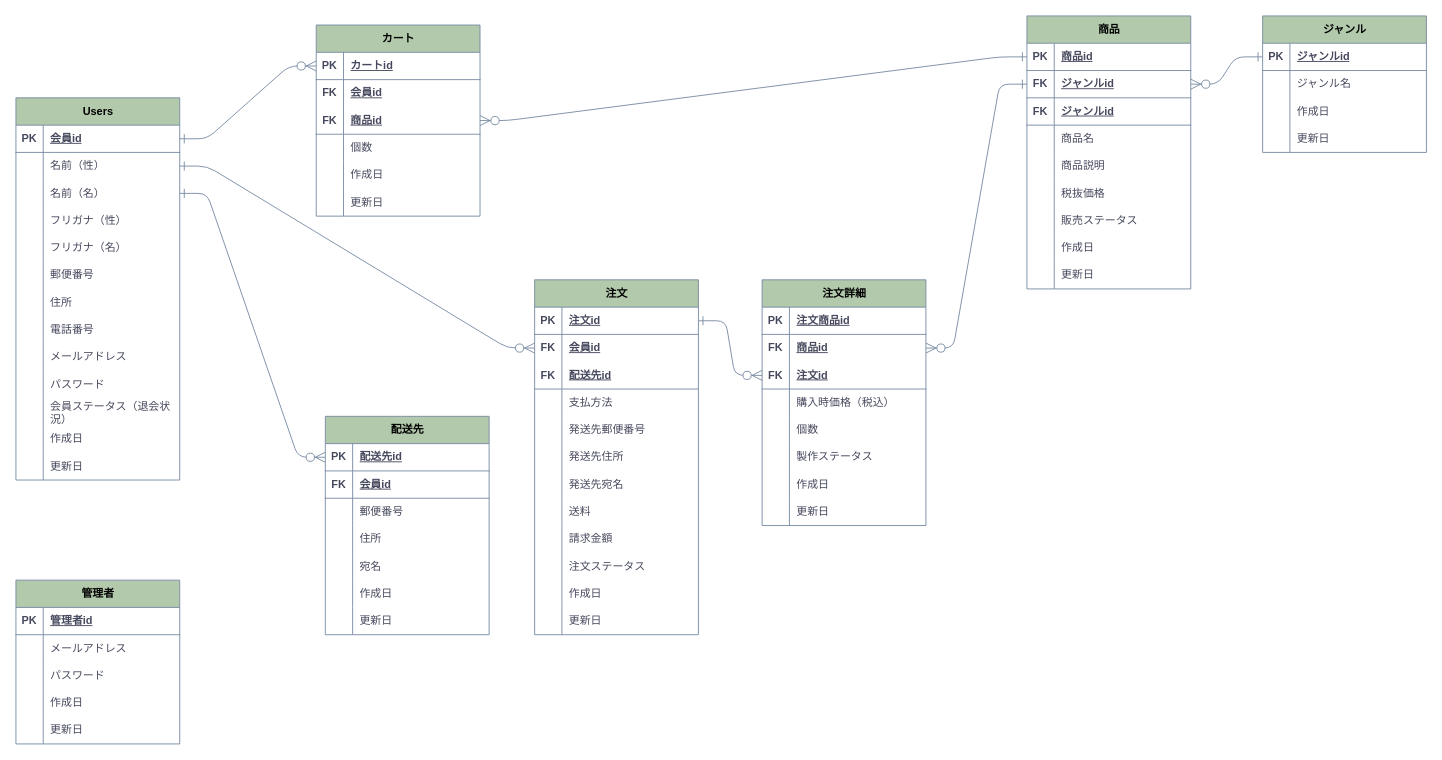
Earlier version of the draw.io diagram 家族インフラ.drawio (Ganmo3/drawio). Source tidied: cells renumbered, new cells numbered last; positions are measured from the earlier drawing's top-left corner, leaving out a move shared by most shapes. Both pictures are drawn from the tidied source at 91%, with x=0, y=0 at pixel (15, 15).
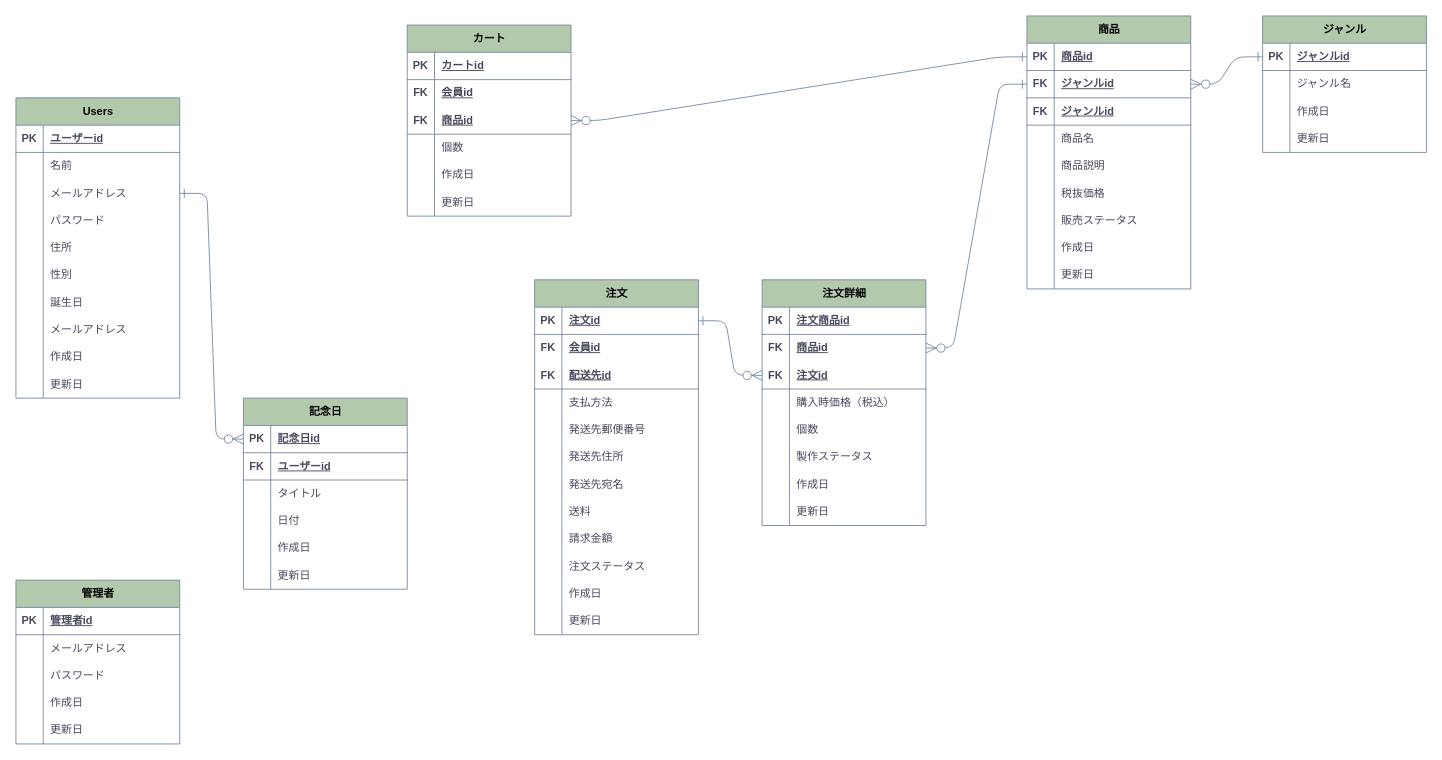
The same page after the edit.

Commit message (it also covers changes not shown here):
家族インフラ.drawio を更新します

Unchanged cells that the change refers to:
```xml
<mxCell id="19" style="shape=tableRow;horizontal=0;startSize=0;swimlaneHead=0;swimlaneBody=0;fillColor=none;points=[[0,0.5],[1,0.5]];portConstraint=eastwest;top=0;left=0;right=0;bottom=1;strokeColor=#788AA3;fontFamily=Helvetica;fontSize=12;fontColor=#46495D;html=1;labelBackgroundColor=none;" parent="18" vertex="1">
  <mxGeometry y="30" width="180" height="30" as="geometry" />
</mxCell>
<mxCell id="22" style="shape=tableRow;horizontal=0;startSize=0;swimlaneHead=0;swimlaneBody=0;fillColor=none;points=[[0,0.5],[1,0.5]];portConstraint=eastwest;top=0;left=0;right=0;bottom=0;strokeColor=#788AA3;fontFamily=Helvetica;fontSize=12;fontColor=#46495D;html=1;labelBackgroundColor=none;" parent="18" vertex="1">
  <mxGeometry y="60" width="180" height="30" as="geometry" />
</mxCell>
<mxCell id="25" style="shape=tableRow;horizontal=0;startSize=0;swimlaneHead=0;swimlaneBody=0;fillColor=none;points=[[0,0.5],[1,0.5]];portConstraint=eastwest;top=0;left=0;right=0;bottom=0;strokeColor=#788AA3;fontFamily=Helvetica;fontSize=12;fontColor=#46495D;html=1;labelBackgroundColor=none;" parent="18" vertex="1">
  <mxGeometry y="90" width="180" height="30" as="geometry" />
</mxCell>
<mxCell id="28" style="shape=tableRow;horizontal=0;startSize=0;swimlaneHead=0;swimlaneBody=0;fillColor=none;top=0;left=0;right=0;bottom=0;strokeColor=#788AA3;fontFamily=Helvetica;fontSize=12;fontColor=#46495D;html=1;labelBackgroundColor=none;" parent="18" vertex="1">
  <mxGeometry y="120" width="180" height="30" as="geometry" />
</mxCell>
<mxCell id="31" style="shape=tableRow;horizontal=0;startSize=0;swimlaneHead=0;swimlaneBody=0;fillColor=none;top=0;left=0;right=0;bottom=0;strokeColor=#788AA3;fontFamily=Helvetica;fontSize=12;fontColor=#46495D;html=1;labelBackgroundColor=none;" parent="18" vertex="1">
  <mxGeometry y="150" width="180" height="30" as="geometry" />
</mxCell>
<mxCell id="34" style="shape=tableRow;horizontal=0;startSize=0;swimlaneHead=0;swimlaneBody=0;fillColor=none;top=0;left=0;right=0;bottom=0;strokeColor=#788AA3;fontFamily=Helvetica;fontSize=12;fontColor=#46495D;html=1;labelBackgroundColor=none;" parent="18" vertex="1">
  <mxGeometry y="180" width="180" height="30" as="geometry" />
</mxCell>
<mxCell id="37" style="shape=tableRow;horizontal=0;startSize=0;swimlaneHead=0;swimlaneBody=0;fillColor=none;top=0;left=0;right=0;bottom=0;strokeColor=#788AA3;fontFamily=Helvetica;fontSize=12;fontColor=#46495D;html=1;labelBackgroundColor=none;" parent="18" vertex="1">
  <mxGeometry y="210" width="180" height="30" as="geometry" />
</mxCell>
<mxCell id="106" style="shape=tableRow;horizontal=0;startSize=0;swimlaneHead=0;swimlaneBody=0;fillColor=none;points=[[0,0.5],[1,0.5]];portConstraint=eastwest;top=0;left=0;right=0;bottom=1;strokeColor=#788AA3;fontFamily=Helvetica;fontSize=12;fontColor=#46495D;html=1;labelBackgroundColor=none;" parent="105" vertex="1">
  <mxGeometry y="30" width="180" height="30" as="geometry" />
</mxCell>
<mxCell id="127" style="shape=tableRow;horizontal=0;startSize=0;swimlaneHead=0;swimlaneBody=0;fillColor=none;points=[[0,0.5],[1,0.5]];portConstraint=eastwest;top=0;left=0;right=0;bottom=1;strokeColor=#788AA3;fontFamily=Helvetica;fontSize=12;fontColor=#46495D;html=1;labelBackgroundColor=none;" parent="126" vertex="1">
  <mxGeometry y="30" width="180" height="30" as="geometry" />
</mxCell>
<mxCell id="130" style="shape=tableRow;horizontal=0;startSize=0;swimlaneHead=0;swimlaneBody=0;fillColor=none;top=0;left=0;right=0;bottom=1;strokeColor=#788AA3;fontFamily=Helvetica;fontSize=12;fontColor=#46495D;html=1;labelBackgroundColor=none;" parent="126" vertex="1">
  <mxGeometry y="60" width="180" height="30" as="geometry" />
</mxCell>
<mxCell id="133" style="shape=tableRow;horizontal=0;startSize=0;swimlaneHead=0;swimlaneBody=0;fillColor=none;top=0;left=0;right=0;bottom=0;strokeColor=#788AA3;fontFamily=Helvetica;fontSize=12;fontColor=#46495D;html=1;labelBackgroundColor=none;" parent="126" vertex="1">
  <mxGeometry y="90" width="180" height="30" as="geometry" />
</mxCell>
<mxCell id="136" style="shape=tableRow;horizontal=0;startSize=0;swimlaneHead=0;swimlaneBody=0;fillColor=none;top=0;left=0;right=0;bottom=0;strokeColor=#788AA3;fontFamily=Helvetica;fontSize=12;fontColor=#46495D;html=1;labelBackgroundColor=none;" parent="126" vertex="1">
  <mxGeometry y="120" width="180" height="30" as="geometry" />
</mxCell>
<mxCell id="155" style="shape=tableRow;horizontal=0;startSize=0;swimlaneHead=0;swimlaneBody=0;fillColor=none;points=[[0,0.5],[1,0.5]];portConstraint=eastwest;top=0;left=0;right=0;bottom=0;strokeColor=#788AA3;fontFamily=Helvetica;fontSize=12;fontColor=#46495D;html=1;labelBackgroundColor=none;" parent="151" vertex="1">
  <mxGeometry y="60" width="180" height="30" as="geometry" />
</mxCell>
```

What changed in the source:
```diff
@@
     <mxCell id="18" value="&lt;font color=&quot;#000000&quot;&gt;Users&lt;/font&gt;" style="shape=table;startSize=30;childLayout=tableLayout;rowLines=0;fontStyle=1;align=center;html=1;strokeColor=#788AA3;fontFamily=Helvetica;fontSize=12;fontColor=#46495D;fillColor=#B2C9AB;labelBackgroundColor=none;" parent="1" vertex="1">
-      <mxGeometry y="90" width="180" height="420" as="geometry" />
+      <mxGeometry y="90" width="180" height="330" as="geometry" />
     </mxCell>
@@
-    <mxCell id="21" value="会員id" style="shape=partialRectangle;fillColor=none;top=0;left=0;bottom=0;right=0;align=left;spacingLeft=6;fontStyle=5;overflow=hidden;whiteSpace=wrap;html=1;strokeColor=#788AA3;fontFamily=Helvetica;fontSize=12;fontColor=#46495D;startSize=23;labelBackgroundColor=none;" parent="19" vertex="1">
+    <mxCell id="21" value="ユーザーid" style="shape=partialRectangle;fillColor=none;top=0;left=0;bottom=0;right=0;align=left;spacingLeft=6;fontStyle=5;overflow=hidden;whiteSpace=wrap;html=1;strokeColor=#788AA3;fontFamily=Helvetica;fontSize=12;fontColor=#46495D;startSize=23;labelBackgroundColor=none;" parent="19" vertex="1">
       <mxGeometry x="30" width="150" height="30" as="geometry" />
     </mxCell>
@@
-    <mxCell id="24" value="名前（性）" style="shape=partialRectangle;fillColor=none;top=0;left=0;bottom=0;right=0;align=left;spacingLeft=6;overflow=hidden;whiteSpace=wrap;html=1;strokeColor=#788AA3;fontFamily=Helvetica;fontSize=12;fontColor=#46495D;startSize=23;labelBackgroundColor=none;" parent="22" vertex="1">
+    <mxCell id="24" value="名前" style="shape=partialRectangle;fillColor=none;top=0;left=0;bottom=0;right=0;align=left;spacingLeft=6;overflow=hidden;whiteSpace=wrap;html=1;strokeColor=#788AA3;fontFamily=Helvetica;fontSize=12;fontColor=#46495D;startSize=23;labelBackgroundColor=none;" parent="22" vertex="1">
       <mxGeometry x="30" width="150" height="30" as="geometry" />
     </mxCell>
@@
-    <mxCell id="27" value="名前（名）" style="shape=partialRectangle;fillColor=none;top=0;left=0;bottom=0;right=0;align=left;spacingLeft=6;overflow=hidden;whiteSpace=wrap;html=1;strokeColor=#788AA3;fontFamily=Helvetica;fontSize=12;fontColor=#46495D;startSize=23;labelBackgroundColor=none;" parent="25" vertex="1">
+    <mxCell id="27" value="メールアドレス" style="shape=partialRectangle;fillColor=none;top=0;left=0;bottom=0;right=0;align=left;spacingLeft=6;overflow=hidden;whiteSpace=wrap;html=1;strokeColor=#788AA3;fontFamily=Helvetica;fontSize=12;fontColor=#46495D;startSize=23;labelBackgroundColor=none;" parent="25" vertex="1">
       <mxGeometry x="30" width="150" height="30" as="geometry" />
     </mxCell>
@@
-    <mxCell id="30" value="フリガナ（性）" style="shape=partialRectangle;fillColor=none;top=0;left=0;bottom=0;right=0;align=left;spacingLeft=6;overflow=hidden;whiteSpace=wrap;html=1;strokeColor=#788AA3;fontFamily=Helvetica;fontSize=12;fontColor=#46495D;startSize=23;labelBackgroundColor=none;" parent="28" vertex="1">
+    <mxCell id="30" value="パスワード" style="shape=partialRectangle;fillColor=none;top=0;left=0;bottom=0;right=0;align=left;spacingLeft=6;overflow=hidden;whiteSpace=wrap;html=1;strokeColor=#788AA3;fontFamily=Helvetica;fontSize=12;fontColor=#46495D;startSize=23;labelBackgroundColor=none;" parent="28" vertex="1">
       <mxGeometry x="30" width="150" height="30" as="geometry" />
     </mxCell>
@@
-    <mxCell id="33" value="フリガナ（名）" style="shape=partialRectangle;fillColor=none;top=0;left=0;bottom=0;right=0;align=left;spacingLeft=6;overflow=hidden;whiteSpace=wrap;html=1;strokeColor=#788AA3;fontFamily=Helvetica;fontSize=12;fontColor=#46495D;startSize=23;labelBackgroundColor=none;" parent="31" vertex="1">
+    <mxCell id="33" value="住所" style="shape=partialRectangle;fillColor=none;top=0;left=0;bottom=0;right=0;align=left;spacingLeft=6;overflow=hidden;whiteSpace=wrap;html=1;strokeColor=#788AA3;fontFamily=Helvetica;fontSize=12;fontColor=#46495D;startSize=23;labelBackgroundColor=none;" parent="31" vertex="1">
       <mxGeometry x="30" width="150" height="30" as="geometry" />
     </mxCell>
@@
-    <mxCell id="36" value="郵便番号" style="shape=partialRectangle;fillColor=none;top=0;left=0;bottom=0;right=0;align=left;spacingLeft=6;overflow=hidden;whiteSpace=wrap;html=1;strokeColor=#788AA3;fontFamily=Helvetica;fontSize=12;fontColor=#46495D;startSize=23;labelBackgroundColor=none;" parent="34" vertex="1">
+    <mxCell id="36" value="性別" style="shape=partialRectangle;fillColor=none;top=0;left=0;bottom=0;right=0;align=left;spacingLeft=6;overflow=hidden;whiteSpace=wrap;html=1;strokeColor=#788AA3;fontFamily=Helvetica;fontSize=12;fontColor=#46495D;startSize=23;labelBackgroundColor=none;" parent="34" vertex="1">
       <mxGeometry x="30" width="150" height="30" as="geometry" />
     </mxCell>
@@
-    <mxCell id="39" value="住所" style="shape=partialRectangle;fillColor=none;top=0;left=0;bottom=0;right=0;align=left;spacingLeft=6;overflow=hidden;whiteSpace=wrap;html=1;strokeColor=#788AA3;fontFamily=Helvetica;fontSize=12;fontColor=#46495D;startSize=23;labelBackgroundColor=none;" parent="37" vertex="1">
+    <mxCell id="39" value="誕生日" style="shape=partialRectangle;fillColor=none;top=0;left=0;bottom=0;right=0;align=left;spacingLeft=6;overflow=hidden;whiteSpace=wrap;html=1;strokeColor=#788AA3;fontFamily=Helvetica;fontSize=12;fontColor=#46495D;startSize=23;labelBackgroundColor=none;" parent="37" vertex="1">
       <mxGeometry x="30" width="150" height="30" as="geometry" />
     </mxCell>
-    <mxCell id="40" style="shape=tableRow;horizontal=0;startSize=0;swimlaneHead=0;swimlaneBody=0;fillColor=none;top=0;left=0;right=0;bottom=0;strokeColor=#788AA3;fontFamily=Helvetica;fontSize=12;fontColor=#46495D;html=1;labelBackgroundColor=none;" parent="18" vertex="1">
-      <mxGeometry y="240" width="180" height="30" as="geometry" />
-    </mxCell>
-    <mxCell id="41" style="shape=partialRectangle;fillColor=none;top=0;left=0;bottom=0;right=0;overflow=hidden;whiteSpace=wrap;html=1;strokeColor=#788AA3;fontFamily=Helvetica;fontSize=12;fontColor=#46495D;startSize=23;labelBackgroundColor=none;" parent="40" vertex="1">
-      <mxGeometry width="30" height="30" as="geometry" />
-    </mxCell>
-    <mxCell id="42" value="電話番号" style="shape=partialRectangle;fillColor=none;top=0;left=0;bottom=0;right=0;align=left;spacingLeft=6;overflow=hidden;whiteSpace=wrap;html=1;strokeColor=#788AA3;fontFamily=Helvetica;fontSize=12;fontColor=#46495D;startSize=23;labelBackgroundColor=none;" parent="40" vertex="1">
-      <mxGeometry x="30" width="150" height="30" as="geometry" />
-    </mxCell>
     <mxCell id="43" style="shape=tableRow;horizontal=0;startSize=0;swimlaneHead=0;swimlaneBody=0;fillColor=none;top=0;left=0;right=0;bottom=0;strokeColor=#788AA3;fontFamily=Helvetica;fontSize=12;fontColor=#46495D;html=1;labelBackgroundColor=none;" parent="18" vertex="1">
-      <mxGeometry y="270" width="180" height="30" as="geometry" />
+      <mxGeometry y="240" width="180" height="30" as="geometry" />
     </mxCell>
@@
-    <mxCell id="46" style="shape=tableRow;horizontal=0;startSize=0;swimlaneHead=0;swimlaneBody=0;fillColor=none;top=0;left=0;right=0;bottom=0;strokeColor=#788AA3;fontFamily=Helvetica;fontSize=12;fontColor=#46495D;html=1;labelBackgroundColor=none;" parent="18" vertex="1">
-      <mxGeometry y="300" width="180" height="30" as="geometry" />
-    </mxCell>
-    <mxCell id="47" style="shape=partialRectangle;fillColor=none;top=0;left=0;bottom=0;right=0;overflow=hidden;whiteSpace=wrap;html=1;strokeColor=#788AA3;fontFamily=Helvetica;fontSize=12;fontColor=#46495D;startSize=23;labelBackgroundColor=none;" parent="46" vertex="1">
-      <mxGeometry width="30" height="30" as="geometry" />
-    </mxCell>
-    <mxCell id="48" value="パスワード" style="shape=partialRectangle;fillColor=none;top=0;left=0;bottom=0;right=0;align=left;spacingLeft=6;overflow=hidden;whiteSpace=wrap;html=1;strokeColor=#788AA3;fontFamily=Helvetica;fontSize=12;fontColor=#46495D;startSize=23;labelBackgroundColor=none;" parent="46" vertex="1">
-      <mxGeometry x="30" width="150" height="30" as="geometry" />
-    </mxCell>
-    <mxCell id="49" style="shape=tableRow;horizontal=0;startSize=0;swimlaneHead=0;swimlaneBody=0;fillColor=none;top=0;left=0;right=0;bottom=0;strokeColor=#788AA3;fontFamily=Helvetica;fontSize=12;fontColor=#46495D;html=1;labelBackgroundColor=none;" parent="18" vertex="1">
-      <mxGeometry y="330" width="180" height="30" as="geometry" />
-    </mxCell>
-    <mxCell id="50" style="shape=partialRectangle;fillColor=none;top=0;left=0;bottom=0;right=0;overflow=hidden;whiteSpace=wrap;html=1;strokeColor=#788AA3;fontFamily=Helvetica;fontSize=12;fontColor=#46495D;startSize=23;labelBackgroundColor=none;" parent="49" vertex="1">
-      <mxGeometry width="30" height="30" as="geometry" />
-    </mxCell>
-    <mxCell id="51" value="会員ステータス（退会状況）" style="shape=partialRectangle;fillColor=none;top=0;left=0;bottom=0;right=0;align=left;spacingLeft=6;overflow=hidden;whiteSpace=wrap;html=1;strokeColor=#788AA3;fontFamily=Helvetica;fontSize=12;fontColor=#46495D;startSize=23;labelBackgroundColor=none;" parent="49" vertex="1">
-      <mxGeometry x="30" width="150" height="30" as="geometry" />
-    </mxCell>
     <mxCell id="52" style="shape=tableRow;horizontal=0;startSize=0;swimlaneHead=0;swimlaneBody=0;fillColor=none;top=0;left=0;right=0;bottom=0;strokeColor=#788AA3;fontFamily=Helvetica;fontSize=12;fontColor=#46495D;html=1;labelBackgroundColor=none;" parent="18" vertex="1">
-      <mxGeometry y="360" width="180" height="30" as="geometry" />
+      <mxGeometry y="270" width="180" height="30" as="geometry" />
     </mxCell>
@@
     <mxCell id="55" style="shape=tableRow;horizontal=0;startSize=0;swimlaneHead=0;swimlaneBody=0;fillColor=none;top=0;left=0;right=0;bottom=0;strokeColor=#788AA3;fontFamily=Helvetica;fontSize=12;fontColor=#46495D;html=1;labelBackgroundColor=none;" parent="18" vertex="1">
-      <mxGeometry y="390" width="180" height="30" as="geometry" />
+      <mxGeometry y="300" width="180" height="30" as="geometry" />
     </mxCell>
@@
-    <mxCell id="62" style="edgeStyle=entityRelationEdgeStyle;fontSize=12;html=1;endArrow=ERzeroToMany;endFill=1;fontFamily=Helvetica;fontColor=default;startSize=8;exitX=1;exitY=0.5;exitDx=0;exitDy=0;entryX=0;entryY=0.5;entryDx=0;entryDy=0;rounded=1;startArrow=ERone;startFill=0;endSize=9;labelBackgroundColor=none;strokeColor=#788AA3;" parent="1" edge="1" source="22" target="155">
-      <mxGeometry relative="1" as="geometry">
-        <Array as="points">
-          <mxPoint x="410" y="160" />
-          <mxPoint x="440" y="160" />
-        </Array>
-      </mxGeometry>
-    </mxCell>
@@
     <mxCell id="105" value="&lt;font color=&quot;#000000&quot;&gt;カート&lt;/font&gt;" style="shape=table;startSize=30;childLayout=tableLayout;rowLines=0;fontStyle=1;align=center;html=1;strokeColor=#788AA3;fontFamily=Helvetica;fontSize=12;fillColor=#B2C9AB;labelBackgroundColor=none;fontColor=#46495D;" parent="1" vertex="1">
-      <mxGeometry x="330" y="10" width="180" height="210" as="geometry" />
+      <mxGeometry x="430" y="10" width="180" height="210" as="geometry" />
     </mxCell>
@@
-    <mxCell id="124" style="edgeStyle=entityRelationEdgeStyle;fontSize=12;html=1;endArrow=ERzeroToMany;endFill=1;fontFamily=Helvetica;fontColor=default;startSize=8;entryX=0;entryY=0.5;entryDx=0;entryDy=0;rounded=1;startArrow=ERone;startFill=0;exitX=1;exitY=0.5;exitDx=0;exitDy=0;endSize=9;labelBackgroundColor=none;strokeColor=#788AA3;" parent="1" edge="1" source="19" target="106">
-      <mxGeometry relative="1" as="geometry" />
-    </mxCell>
@@
-    <mxCell id="126" value="&lt;font color=&quot;#000000&quot;&gt;配送先&lt;/font&gt;" style="shape=table;startSize=30;childLayout=tableLayout;rowLines=0;fontStyle=1;align=center;html=1;strokeColor=#788AA3;fontFamily=Helvetica;fontSize=12;fillColor=#B2C9AB;labelBackgroundColor=none;fontColor=#46495D;" parent="1" vertex="1">
-      <mxGeometry x="340" y="440" width="180" height="240" as="geometry" />
+    <mxCell id="126" value="&lt;font color=&quot;#000000&quot;&gt;記念日&lt;/font&gt;" style="shape=table;startSize=30;childLayout=tableLayout;rowLines=0;fontStyle=1;align=center;html=1;strokeColor=#788AA3;fontFamily=Helvetica;fontSize=12;fillColor=#B2C9AB;labelBackgroundColor=none;fontColor=#46495D;" parent="1" vertex="1">
+      <mxGeometry x="250" y="420" width="180" height="210" as="geometry" />
     </mxCell>
@@
-    <mxCell id="129" value="配送先id" style="shape=partialRectangle;fillColor=none;top=0;left=0;bottom=0;right=0;align=left;spacingLeft=6;fontStyle=5;overflow=hidden;whiteSpace=wrap;html=1;strokeColor=#788AA3;fontFamily=Helvetica;fontSize=12;fontColor=#46495D;startSize=23;labelBackgroundColor=none;" parent="127" vertex="1">
+    <mxCell id="129" value="記念日id" style="shape=partialRectangle;fillColor=none;top=0;left=0;bottom=0;right=0;align=left;spacingLeft=6;fontStyle=5;overflow=hidden;whiteSpace=wrap;html=1;strokeColor=#788AA3;fontFamily=Helvetica;fontSize=12;fontColor=#46495D;startSize=23;labelBackgroundColor=none;" parent="127" vertex="1">
       <mxGeometry x="30" width="150" height="30" as="geometry" />
     </mxCell>
@@
-    <mxCell id="132" value="会員id" style="shape=partialRectangle;fillColor=none;top=0;left=0;bottom=0;right=0;align=left;spacingLeft=6;fontStyle=5;overflow=hidden;whiteSpace=wrap;html=1;strokeColor=#788AA3;fontFamily=Helvetica;fontSize=12;fontColor=#46495D;startSize=23;labelBackgroundColor=none;" parent="130" vertex="1">
+    <mxCell id="132" value="ユーザーid" style="shape=partialRectangle;fillColor=none;top=0;left=0;bottom=0;right=0;align=left;spacingLeft=6;fontStyle=5;overflow=hidden;whiteSpace=wrap;html=1;strokeColor=#788AA3;fontFamily=Helvetica;fontSize=12;fontColor=#46495D;startSize=23;labelBackgroundColor=none;" parent="130" vertex="1">
       <mxGeometry x="30" width="150" height="30" as="geometry" />
     </mxCell>
@@
-    <mxCell id="135" value="郵便番号" style="shape=partialRectangle;fillColor=none;top=0;left=0;bottom=0;right=0;align=left;spacingLeft=6;overflow=hidden;whiteSpace=wrap;html=1;strokeColor=#788AA3;fontFamily=Helvetica;fontSize=12;fontColor=#46495D;startSize=23;labelBackgroundColor=none;" parent="133" vertex="1">
+    <mxCell id="135" value="タイトル" style="shape=partialRectangle;fillColor=none;top=0;left=0;bottom=0;right=0;align=left;spacingLeft=6;overflow=hidden;whiteSpace=wrap;html=1;strokeColor=#788AA3;fontFamily=Helvetica;fontSize=12;fontColor=#46495D;startSize=23;labelBackgroundColor=none;" parent="133" vertex="1">
       <mxGeometry x="30" width="150" height="30" as="geometry" />
     </mxCell>
@@
-    <mxCell id="137" style="shape=partialRectangle;fillColor=none;top=0;left=0;bottom=0;right=0;overflow=hidden;whiteSpace=wrap;html=1;strokeColor=#788AA3;fontFamily=Helvetica;fontSize=12;fontColor=#46495D;startSize=23;labelBackgroundColor=none;" parent="136" vertex="1">
-      <mxGeometry width="30" height="30" as="geometry" />
-    </mxCell>
-    <mxCell id="138" value="住所" style="shape=partialRectangle;fillColor=none;top=0;left=0;bottom=0;right=0;align=left;spacingLeft=6;overflow=hidden;whiteSpace=wrap;html=1;strokeColor=#788AA3;fontFamily=Helvetica;fontSize=12;fontColor=#46495D;startSize=23;labelBackgroundColor=none;" parent="136" vertex="1">
-      <mxGeometry x="30" width="150" height="30" as="geometry" />
-    </mxCell>
-    <mxCell id="139" style="shape=tableRow;horizontal=0;startSize=0;swimlaneHead=0;swimlaneBody=0;fillColor=none;top=0;left=0;right=0;bottom=0;strokeColor=#788AA3;fontFamily=Helvetica;fontSize=12;fontColor=#46495D;html=1;labelBackgroundColor=none;" parent="126" vertex="1">
-      <mxGeometry y="150" width="180" height="30" as="geometry" />
-    </mxCell>
-    <mxCell id="140" style="shape=partialRectangle;fillColor=none;top=0;left=0;bottom=0;right=0;overflow=hidden;whiteSpace=wrap;html=1;strokeColor=#788AA3;fontFamily=Helvetica;fontSize=12;fontColor=#46495D;startSize=23;labelBackgroundColor=none;" parent="139" vertex="1">
-      <mxGeometry width="30" height="30" as="geometry" />
-    </mxCell>
-    <mxCell id="141" value="宛名" style="shape=partialRectangle;fillColor=none;top=0;left=0;bottom=0;right=0;align=left;spacingLeft=6;overflow=hidden;whiteSpace=wrap;html=1;strokeColor=#788AA3;fontFamily=Helvetica;fontSize=12;fontColor=#46495D;startSize=23;labelBackgroundColor=none;" parent="139" vertex="1">
-      <mxGeometry x="30" width="150" height="30" as="geometry" />
-    </mxCell>
+    <mxCell id="215" style="shape=partialRectangle;fillColor=none;top=0;left=0;bottom=0;right=0;overflow=hidden;whiteSpace=wrap;html=1;strokeColor=#788AA3;fontFamily=Helvetica;fontSize=12;fontColor=#46495D;startSize=23;labelBackgroundColor=none;" parent="136" vertex="1">
+      <mxGeometry width="30" height="30" as="geometry" />
+    </mxCell>
+    <mxCell id="216" value="日付" style="shape=partialRectangle;fillColor=none;top=0;left=0;bottom=0;right=0;align=left;spacingLeft=6;overflow=hidden;whiteSpace=wrap;html=1;strokeColor=#788AA3;fontFamily=Helvetica;fontSize=12;fontColor=#46495D;startSize=23;labelBackgroundColor=none;" parent="136" vertex="1">
+      <mxGeometry x="30" width="150" height="30" as="geometry" />
+    </mxCell>
     <mxCell id="142" style="shape=tableRow;horizontal=0;startSize=0;swimlaneHead=0;swimlaneBody=0;fillColor=none;top=0;left=0;right=0;bottom=0;strokeColor=#788AA3;fontFamily=Helvetica;fontSize=12;fontColor=#46495D;html=1;labelBackgroundColor=none;" parent="126" vertex="1">
-      <mxGeometry y="180" width="180" height="30" as="geometry" />
+      <mxGeometry y="150" width="180" height="30" as="geometry" />
     </mxCell>
@@
     <mxCell id="145" style="shape=tableRow;horizontal=0;startSize=0;swimlaneHead=0;swimlaneBody=0;fillColor=none;top=0;left=0;right=0;bottom=0;strokeColor=#788AA3;fontFamily=Helvetica;fontSize=12;fontColor=#46495D;html=1;labelBackgroundColor=none;" parent="126" vertex="1">
-      <mxGeometry y="210" width="180" height="30" as="geometry" />
+      <mxGeometry y="180" width="180" height="30" as="geometry" />
     </mxCell>
```
